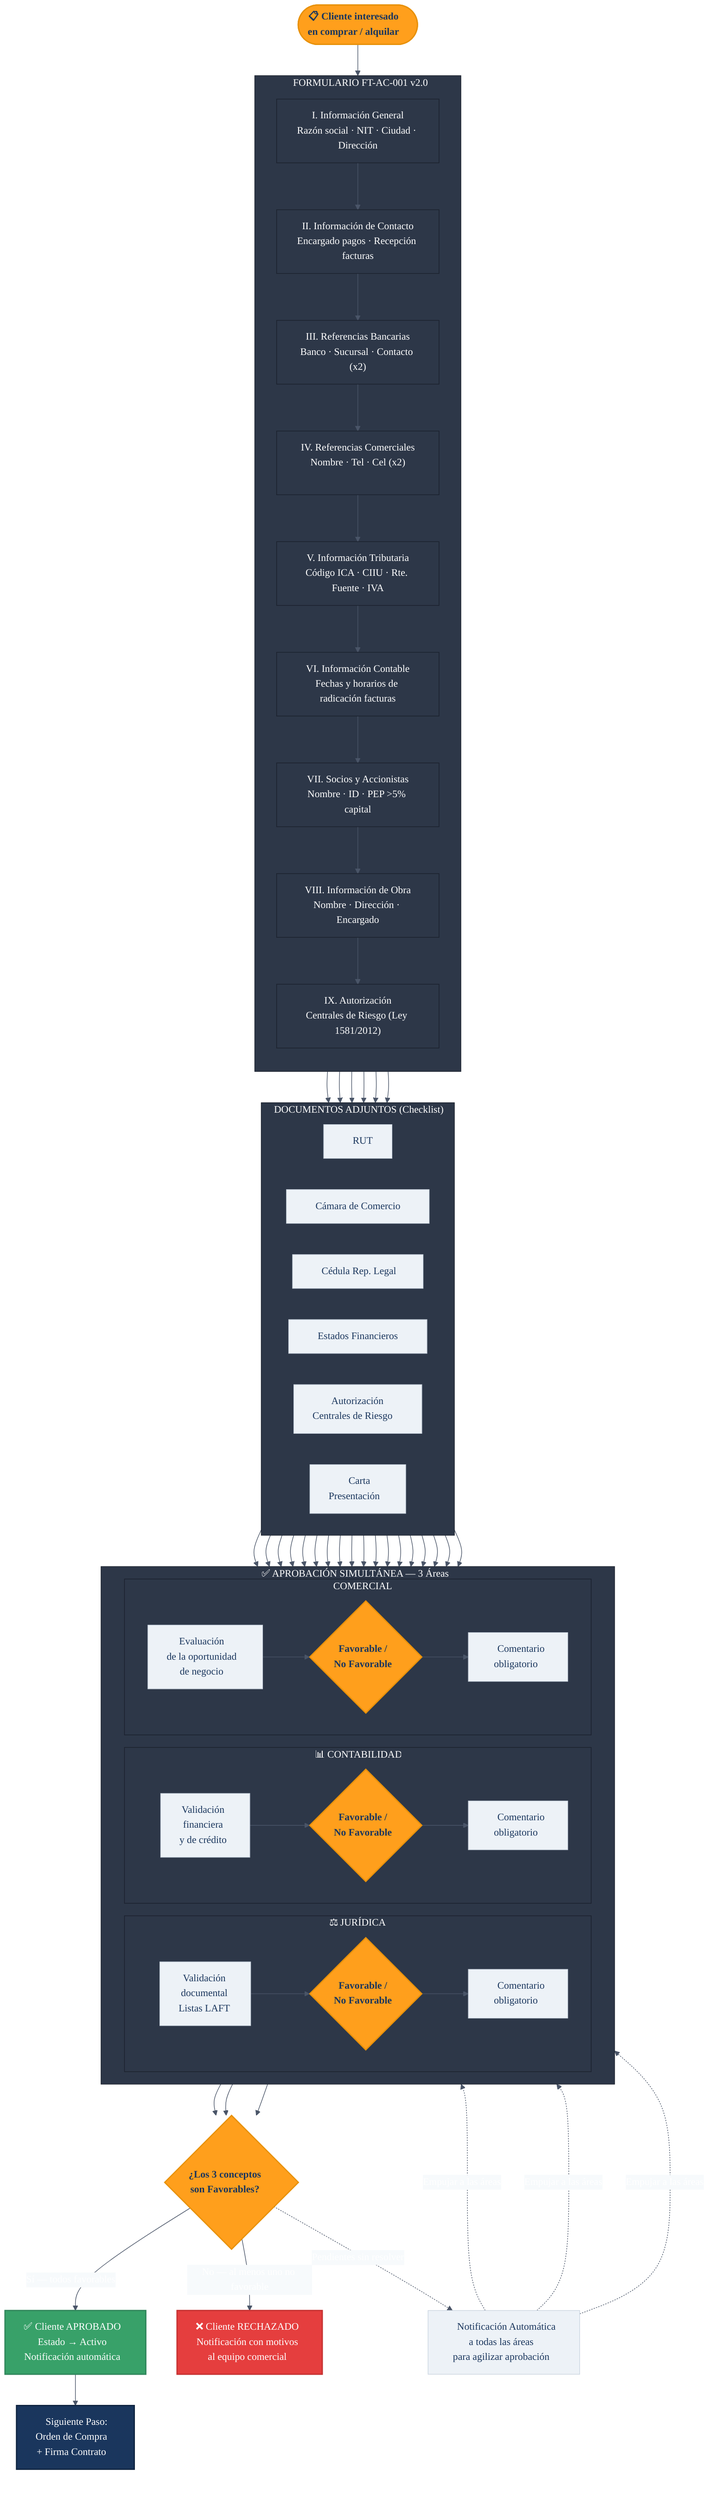
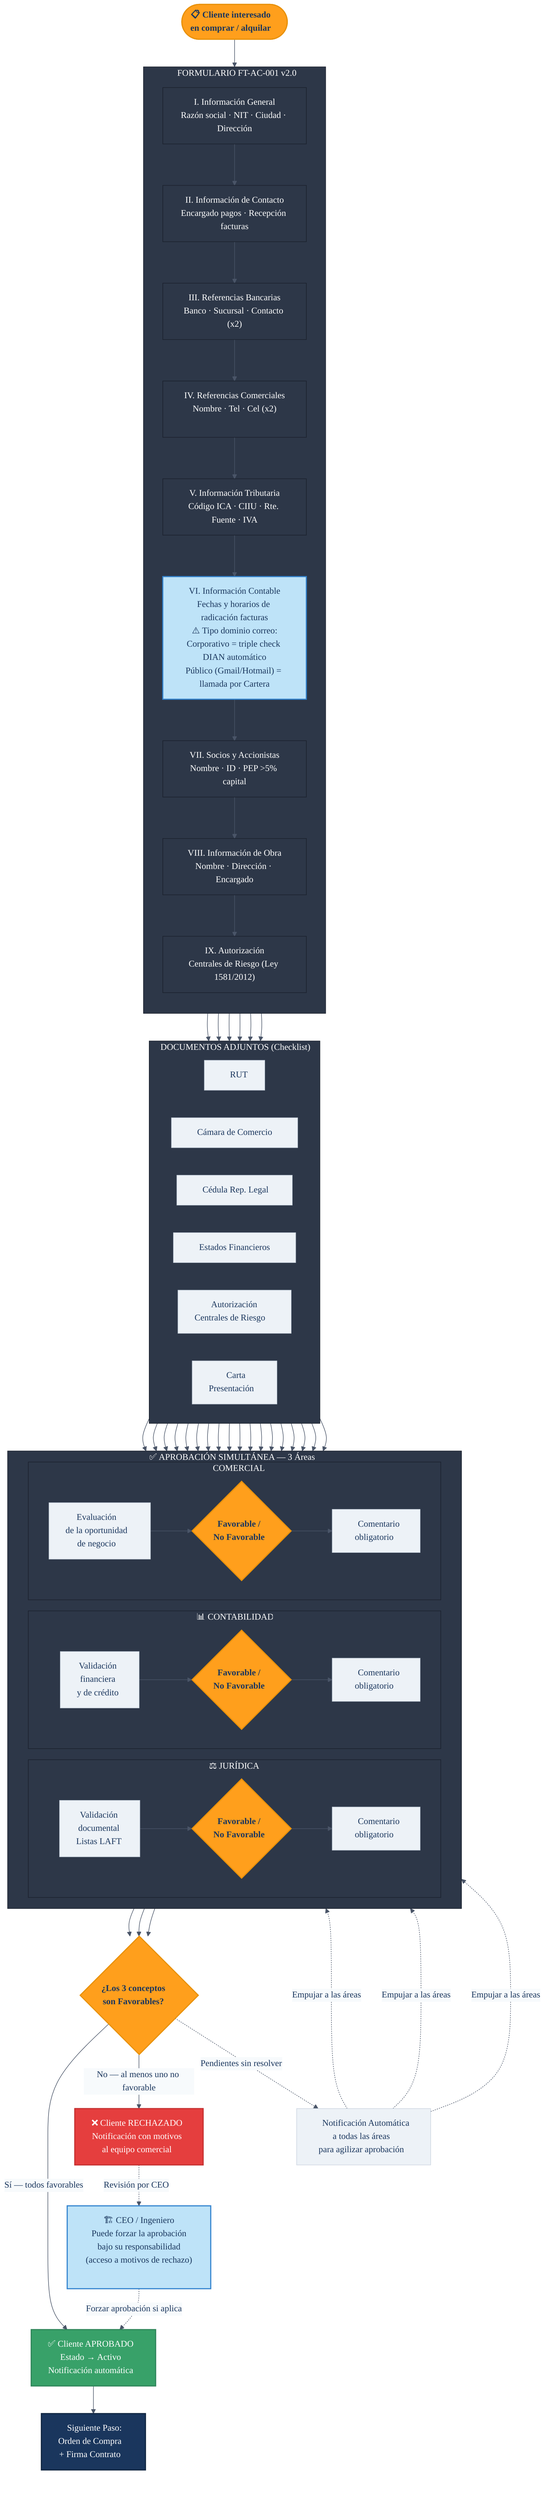
%%{init: {
  'theme': 'base',
  'themeVariables': {
    'primaryColor': '#1A365D',
    'primaryTextColor': '#FFFFFF',
    'primaryBorderColor': '#1A365D',
    'lineColor': '#4A5568',
    'secondaryColor': '#EDF2F7',
    'clusterBkg': '#2D3748',
    'clusterBorder': '#1A202C',
    'titleColor': '#FFFFFF',
    'edgeLabelBackground': '#F7FAFC',
    'fontFamily': 'Montserrat, sans-serif'
  }
}}%%

flowchart TD
    classDef azul       fill:#1A365D,color:#FFFFFF,stroke:#0F2440,stroke-width:2px
    classDef naranja     fill:#FF9F1C,color:#1A365D,stroke:#E8910A,stroke-width:2px,font-weight:bold
    classDef grisClaro   fill:#EDF2F7,color:#1A365D,stroke:#CBD5E0,stroke-width:1px
    classDef exito       fill:#38A169,color:#FFFFFF,stroke:#2F855A,stroke-width:2px
    classDef peligro     fill:#E53E3E,color:#FFFFFF,stroke:#C53030,stroke-width:2px
    classDef doc         fill:#2D3748,color:#FFFFFF,stroke:#1A202C,stroke-width:1px
+     classDef nuevo       fill:#BEE3F8,color:#1A365D,stroke:#3182CE,stroke-width:2px
+ 
+     linkStyle default color:#1A365D

    INICIO(["📋 Cliente interesado\nen comprar / alquilar"]):::naranja

    %% ── FORMULARIO ÚNICO
    subgraph FORMULARIO["📝  FORMULARIO FT-AC-001 v2.0"]
        direction TB
        F1["I. Información General\nRazón social · NIT · Ciudad · Dirección"]:::doc
        F2["II. Información de Contacto\nEncargado pagos · Recepción facturas"]:::doc
        F3["III. Referencias Bancarias\nBanco · Sucursal · Contacto (x2)"]:::doc
        F4["IV. Referencias Comerciales\nNombre · Tel · Cel (x2)"]:::doc
        F5["V. Información Tributaria\nCódigo ICA · CIIU · Rte. Fuente · IVA"]:::doc
-         F6["VI. Información Contable\nFechas y horarios de radicación facturas"]:::doc
+         F6["VI. Información Contable\nFechas y horarios de radicación facturas\n⚠️ Tipo dominio correo:\nCorporativo = triple check DIAN automático\nPúblico (Gmail/Hotmail) = llamada por Cartera"]:::nuevo
        F7["VII. Socios y Accionistas\nNombre · ID · PEP >5% capital"]:::doc
        F8["VIII. Información de Obra\nNombre · Dirección · Encargado"]:::doc
        F9["IX. Autorización\nCentrales de Riesgo (Ley 1581/2012)"]:::doc
    end

    %% ── DOCUMENTOS ADJUNTOS
    subgraph DOCS["📂  DOCUMENTOS ADJUNTOS (Checklist)"]
        direction LR
        D1["📄 RUT"]:::grisClaro
        D2["📄 Cámara de Comercio"]:::grisClaro
        D3["📄 Cédula Rep. Legal"]:::grisClaro
        D4["📄 Estados Financieros"]:::grisClaro
        D5["📄 Autorización\nCentrales de Riesgo"]:::grisClaro
        D6["📄 Carta\nPresentación"]:::grisClaro
    end

    %% ── REVISIÓN SIMULTÁNEA
    subgraph APROBACION["✅  APROBACIÓN SIMULTÁNEA — 3 Áreas"]
        direction LR

        subgraph CONTA["📊 CONTABILIDAD"]
            CA1["Validación\nfinanciera\ny de crédito"]:::grisClaro
            CA2{"Favorable /\nNo Favorable"}:::naranja
            CA3["💬 Comentario\nobligatorio"]:::grisClaro
        end

        subgraph JURI["⚖️ JURÍDICA"]
            JA1["Validación\ndocumental\nListas LAFT"]:::grisClaro
            JA2{"Favorable /\nNo Favorable"}:::naranja
            JA3["💬 Comentario\nobligatorio"]:::grisClaro
        end

        subgraph COMERC["💼 COMERCIAL"]
            CO1["Evaluación\nde la oportunidad\nde negocio"]:::grisClaro
            CO2{"Favorable /\nNo Favorable"}:::naranja
            CO3["💬 Comentario\nobligatorio"]:::grisClaro
        end
    end

    CONSOLIDAR{"¿Los 3 conceptos\nson Favorables?"}:::naranja

    APROBADO["✅ Cliente APROBADO\nEstado → Activo\nNotificación automática"]:::exito
    RECHAZADO["❌ Cliente RECHAZADO\nNotificación con motivos\nal equipo comercial"]:::peligro

+     CEO_OVER["🏗️ CEO / Ingeniero\nPuede forzar la aprobación\nbajo su responsabilidad\n(acceso a motivos de rechazo)"]:::nuevo
+ 
    CONTRATO["📝 Siguiente Paso:\nOrden de Compra\n+ Firma Contrato"]:::azul

    NOTIF["🔔 Notificación Automática\na todas las áreas\npara agilizar aprobación"]:::grisClaro

    %% ── FLUJO
    INICIO --> F1
    F1 --> F2 --> F3 --> F4 --> F5 --> F6 --> F7 --> F8 --> F9
    F9 --> D1 & D2 & D3 & D4 & D5 & D6

    D1 & D2 & D3 & D4 & D5 & D6 --> CA1 & JA1 & CO1
    CA1 --> CA2 --> CA3
    JA1 --> JA2 --> JA3
    CO1 --> CO2 --> CO3

    CA3 & JA3 & CO3 --> CONSOLIDAR
    CONSOLIDAR -->|"Sí — todos favorables"| APROBADO
    CONSOLIDAR -->|"No — al menos uno no favorable"| RECHAZADO
+     RECHAZADO -.->|"Revisión por CEO"| CEO_OVER
+     CEO_OVER -.->|"Forzar aprobación si aplica"| APROBADO
    APROBADO --> CONTRATO
    CONSOLIDAR -.->|"Pendientes sin resolver"| NOTIF
    NOTIF -.->|"Empujar a las áreas"| CA1 & JA1 & CO1
